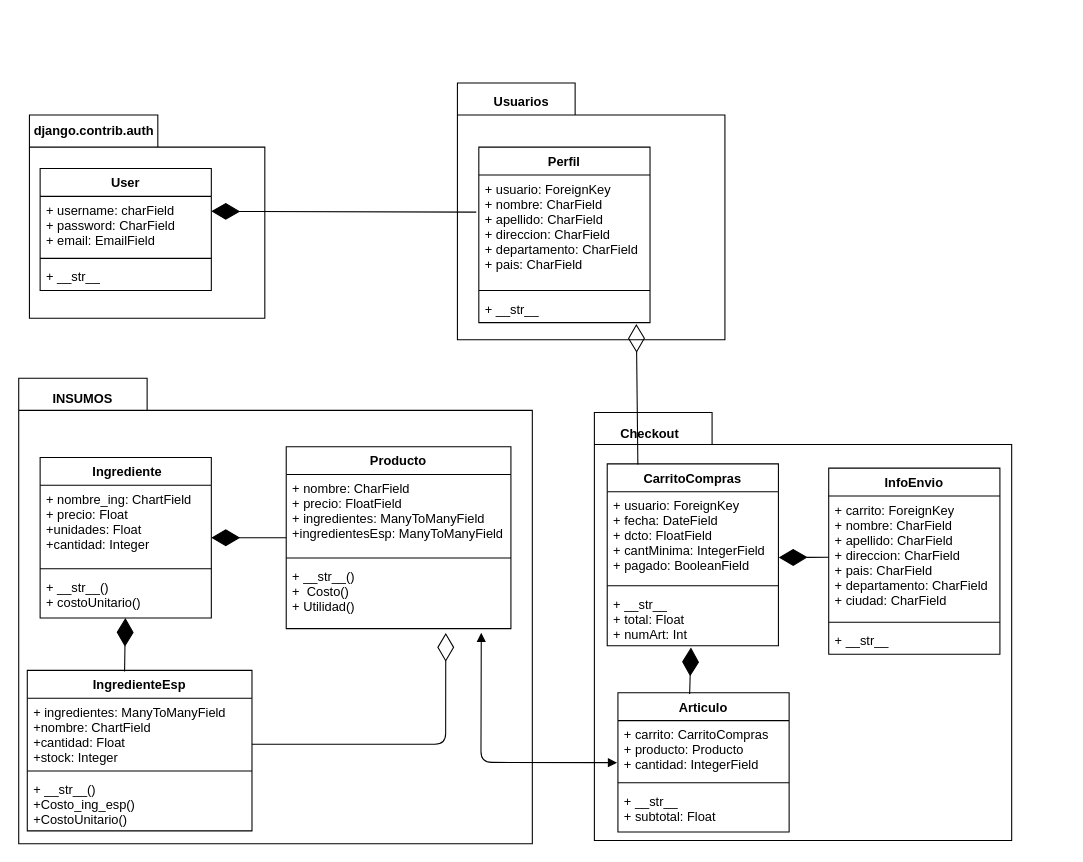
Earlier version of the draw.io diagram Untitled Diagram.drawio (abdielpava/business_co). Source tidied: cells renumbered, new cells numbered last; positions are measured from the earlier drawing's top-left corner, leaving out a move shared by most shapes. Both pictures are drawn from the tidied source at 107%, with x=0, y=0 at pixel (18, 82).
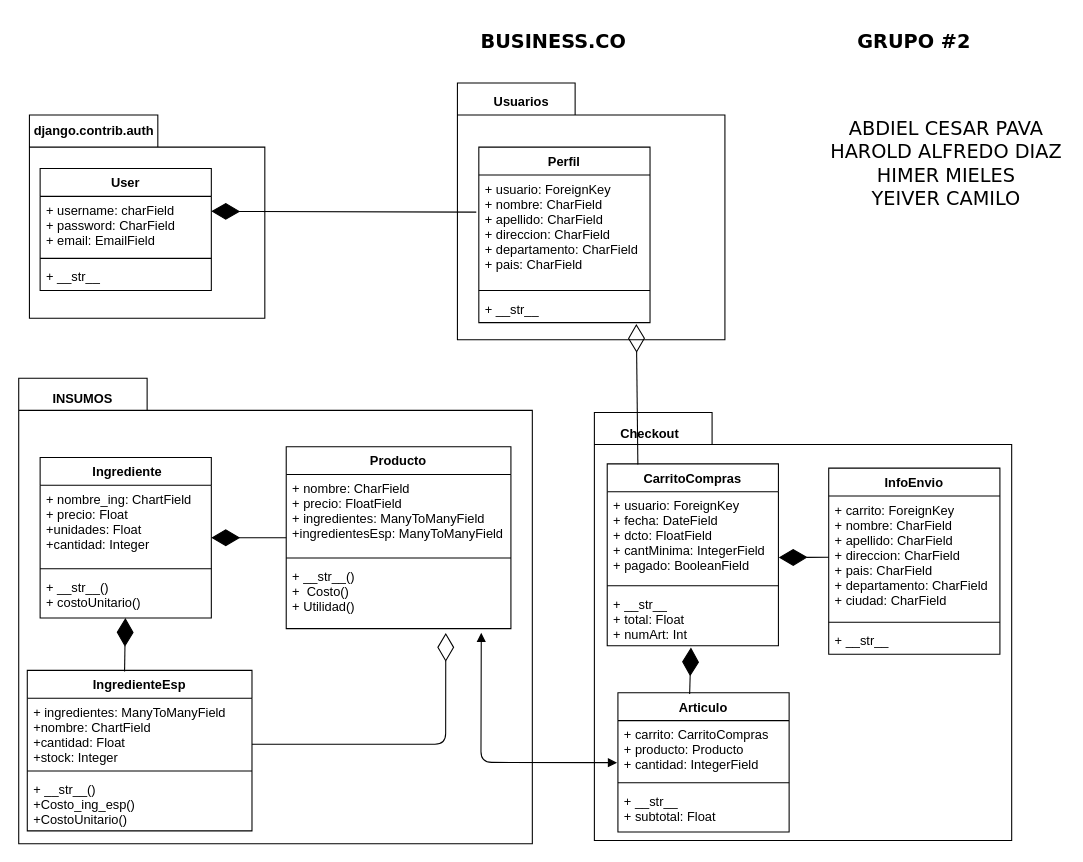
Above is the later version.

What changed in the source:
```diff
@@
+    <mxCell id="50" value="BUSINESS.CO" style="text;align=center;fontStyle=1;verticalAlign=middle;spacingLeft=3;spacingRight=3;strokeColor=none;fontFamily=Verdana;fontSize=18;" parent="1" vertex="1">
+      <mxGeometry x="420" y="-60" width="160" height="40" as="geometry" />
+    </mxCell>
+    <mxCell id="51" value="GRUPO #2" style="text;align=center;fontStyle=1;verticalAlign=middle;spacingLeft=3;spacingRight=3;strokeColor=none;fontFamily=Verdana;fontSize=18;" parent="1" vertex="1">
+      <mxGeometry x="757" y="-60" width="160" height="40" as="geometry" />
+    </mxCell>
+    <mxCell id="52" value="ABDIEL CESAR PAVA&#10;HAROLD ALFREDO DIAZ&#10;HIMER MIELES&#10;YEIVER CAMILO" style="text;align=center;fontStyle=0;verticalAlign=middle;spacingLeft=3;spacingRight=3;strokeColor=none;fontFamily=Verdana;fontSize=18;" parent="1" vertex="1">
+      <mxGeometry x="757" y="-46" width="220" height="240" as="geometry" />
+    </mxCell>
```
